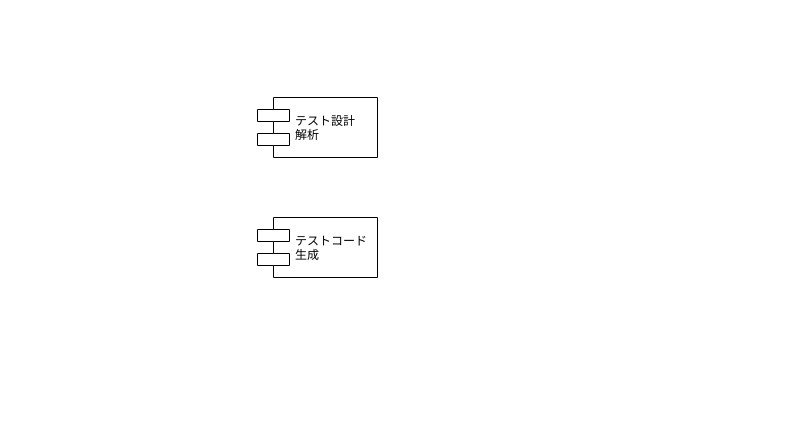
Before: page "ページ2" (2 of 3) of dev/doc/design/CStubMKGui.drawio in CountrySideEngineer/CStubMk, a draw.io diagram. Source tidied: cells renumbered, new cells numbered last; positions are measured from the earlier drawing's top-left corner, leaving out a move shared by most shapes. Both pictures are drawn from the tidied source at 100%, with x=0, y=0 at pixel (257, 97).
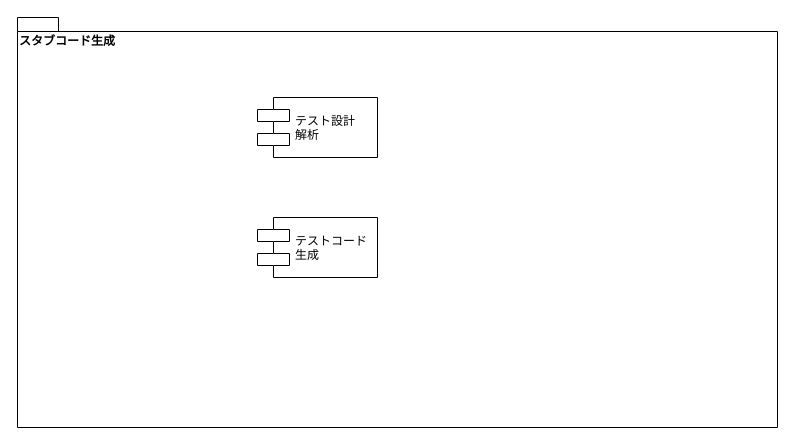
After the change.

Commit message:
Update design file. -Add class diagram reversed from current source code.

Diff of the diagram source:
```diff
@@
 <mxGraphModel>
   <root>
     <mxCell id="0" />
     <mxCell id="1" parent="0" />
+    <mxCell id="4" value="スタブコード生成" style="shape=folder;fontStyle=1;spacingTop=10;tabWidth=40;tabHeight=14;tabPosition=left;html=1;align=left;verticalAlign=top;" parent="1" vertex="1">
+      <mxGeometry x="-240" y="-80" width="760" height="410" as="geometry" />
+    </mxCell>
     <mxCell id="2" value="テスト設計&#10;解析" style="shape=component;align=left;spacingLeft=36;" parent="1" vertex="1">
       <mxGeometry width="120" height="60" as="geometry" />
     </mxCell>
     <mxCell id="3" value="テストコード&#10;生成" style="shape=component;align=left;spacingLeft=36;" parent="1" vertex="1">
       <mxGeometry y="120" width="120" height="60" as="geometry" />
     </mxCell>
   </root>
 </mxGraphModel>
```
